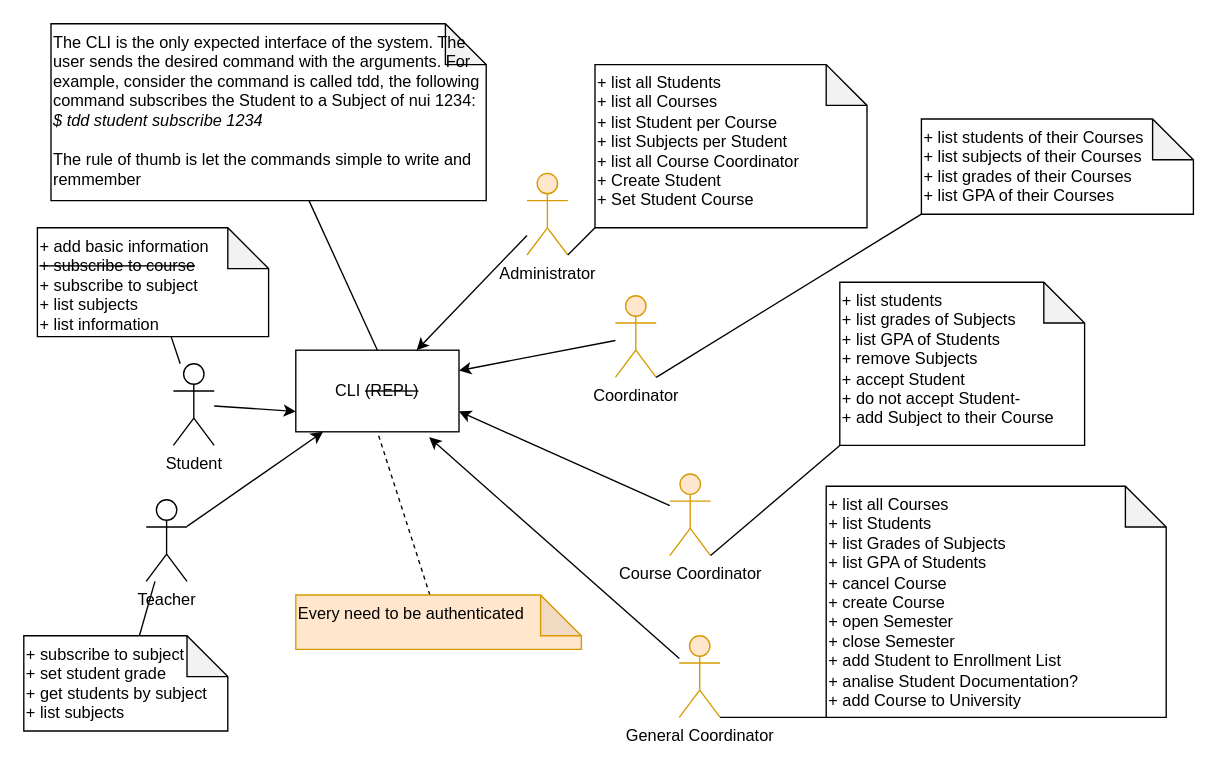
The draw.io diagram page "CLI" (2 of 10) of architecture/code_analysis_v3/components-phase1.drawio in douglasdcm/tdd_detroid, before the edit. Source tidied: cells renumbered, new cells numbered last; positions are measured from the earlier drawing's top-left corner, leaving out a move shared by most shapes. Both pictures are drawn from the tidied source at 136%, with x=0, y=0 at pixel (23, 23).
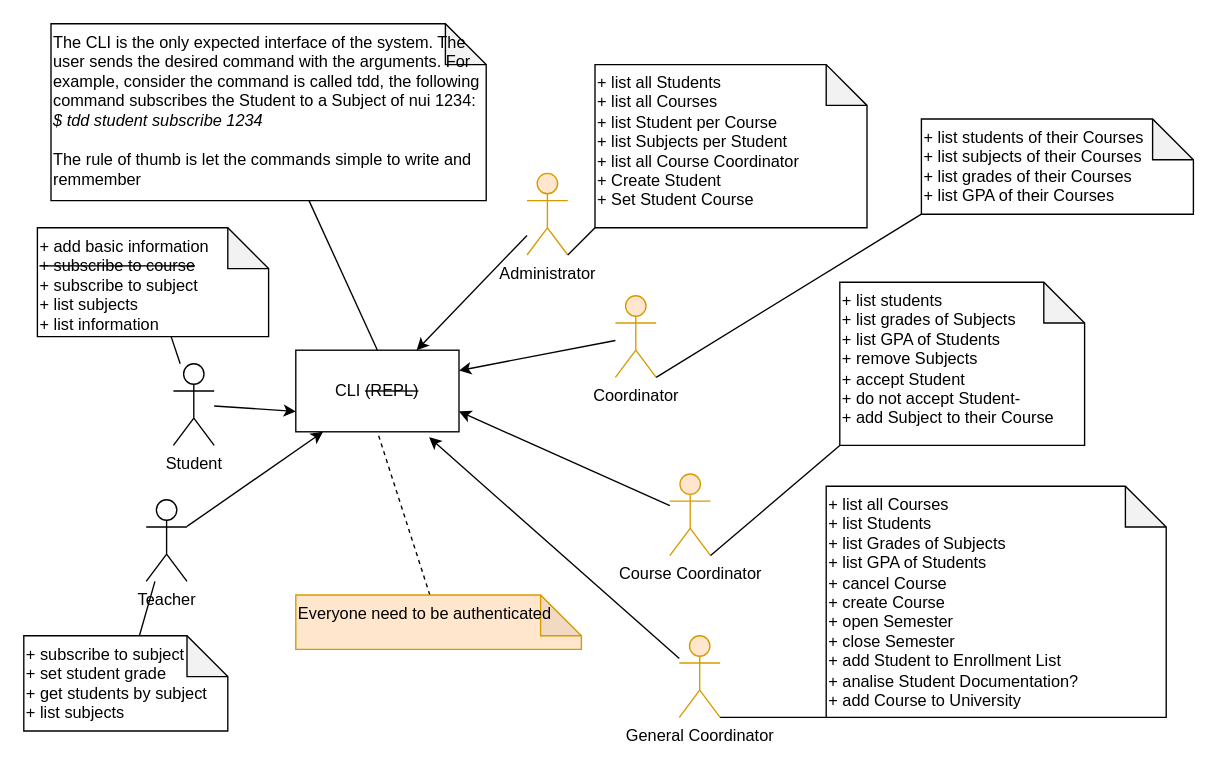
Above is the later version.

What changed in the source:
```diff
@@
-    <mxCell id="30" value="&lt;div&gt;Every need to be authenticated&lt;/div&gt;" style="shape=note;whiteSpace=wrap;html=1;backgroundOutline=1;darkOpacity=0.05;align=left;verticalAlign=top;fillColor=#ffe6cc;strokeColor=#d79b00;" parent="1" vertex="1">
+    <mxCell id="30" value="&lt;div&gt;Everyone need to be authenticated&lt;/div&gt;" style="shape=note;whiteSpace=wrap;html=1;backgroundOutline=1;darkOpacity=0.05;align=left;verticalAlign=top;fillColor=#ffe6cc;strokeColor=#d79b00;" parent="1" vertex="1">
       <mxGeometry x="200" y="420" width="210" height="40" as="geometry" />
     </mxCell>
```
